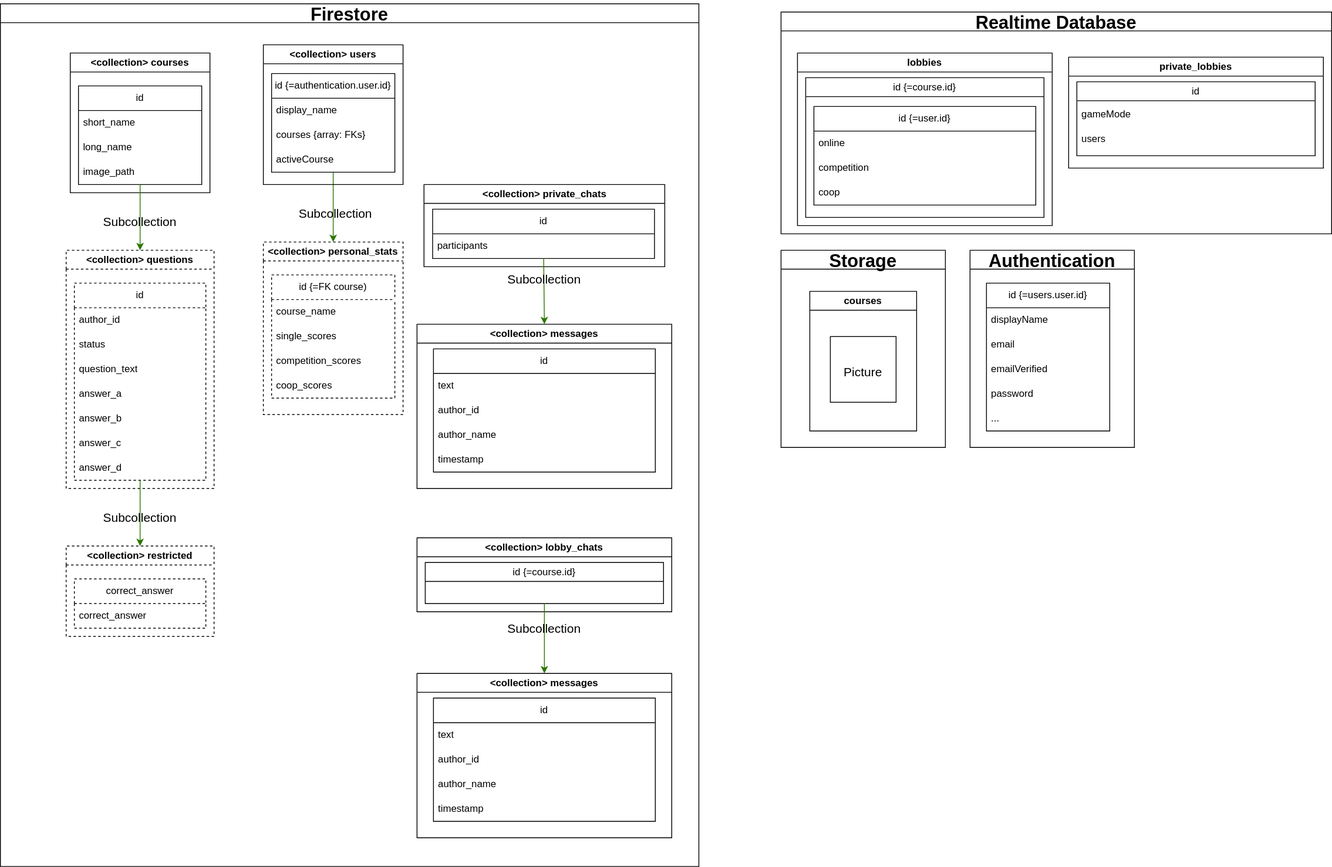
A-Gruber-IU/ISEF01-Quiz keeps this draw.io diagram as Docs/firestore_data.drawio.svg. Above is the earlier version. Source tidied: cells renumbered, new cells last; positions are measured from the earlier drawing's top-left corner, leaving out a move shared by most shapes.
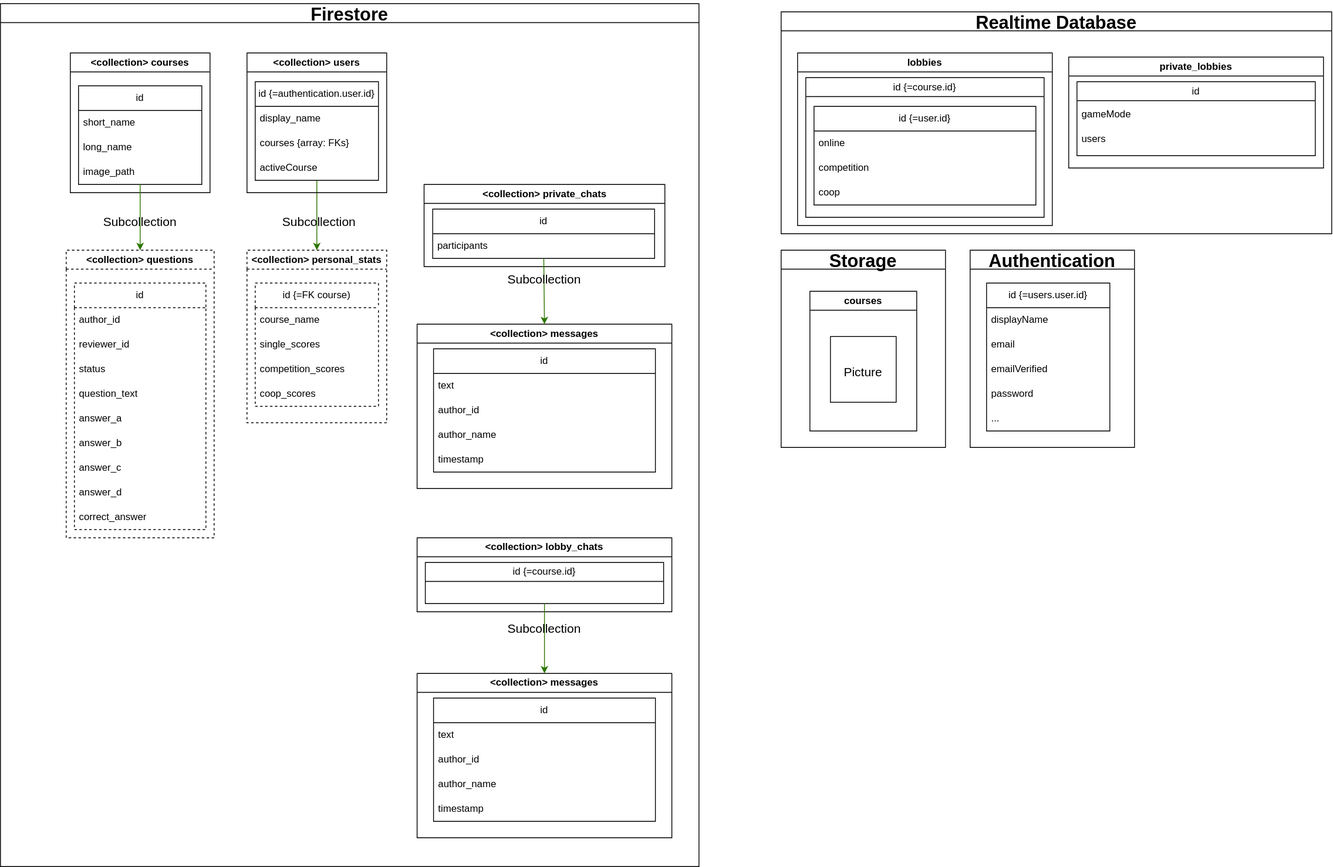
The same file after the commit.

The edit, as a diff of the source:
```diff
@@ -9,7 +9,7 @@
       <mxGeometry x="140" y="250" width="60" height="30" as="geometry" />
     </mxCell>
     <mxCell id="4" value="Subcollection" style="text;html=1;strokeColor=none;fillColor=none;align=center;verticalAlign=middle;whiteSpace=wrap;rounded=0;fontSize=15;" parent="2" vertex="1">
-      <mxGeometry x="377.5" y="240" width="60" height="30" as="geometry" />
+      <mxGeometry x="357.5" y="250" width="60" height="30" as="geometry" />
     </mxCell>
     <mxCell id="5" value="&amp;lt;collection&amp;gt; courses" style="swimlane;whiteSpace=wrap;html=1;" parent="2" vertex="1">
       <mxGeometry x="85" y="60" width="170" height="170" as="geometry" />
@@ -54,34 +54,40 @@
       <mxGeometry relative="1" as="geometry" />
     </mxCell>
     <mxCell id="19" value="&amp;lt;collection&amp;gt;&amp;nbsp;questions" style="swimlane;whiteSpace=wrap;html=1;dashed=1;" parent="2" vertex="1">
-      <mxGeometry x="80" y="300" width="180" height="290" as="geometry" />
+      <mxGeometry x="80" y="300" width="180" height="350" as="geometry" />
     </mxCell>
     <mxCell id="20" value="id" style="swimlane;fontStyle=0;horizontal=1;startSize=30;whiteSpace=wrap;html=1;dashed=1;" parent="19" vertex="1">
-      <mxGeometry x="10" y="40" width="160" height="240" as="geometry" />
+      <mxGeometry x="10" y="40" width="160" height="300" as="geometry" />
     </mxCell>
     <mxCell id="21" value="author_id" style="text;strokeColor=none;fillColor=none;align=left;verticalAlign=middle;spacingLeft=4;spacingRight=4;overflow=hidden;whiteSpace=wrap;html=1;" parent="20" vertex="1">
       <mxGeometry y="30" width="160" height="30" as="geometry" />
     </mxCell>
+    <mxCell id="79" value="reviewer_id" style="text;strokeColor=none;fillColor=none;align=left;verticalAlign=middle;spacingLeft=4;spacingRight=4;overflow=hidden;whiteSpace=wrap;html=1;" parent="20" vertex="1">
+      <mxGeometry y="60" width="160" height="30" as="geometry" />
+    </mxCell>
     <mxCell id="22" value="status" style="text;strokeColor=none;fillColor=none;align=left;verticalAlign=middle;spacingLeft=4;spacingRight=4;overflow=hidden;whiteSpace=wrap;html=1;" parent="20" vertex="1">
-      <mxGeometry y="60" width="160" height="30" as="geometry" />
+      <mxGeometry y="90" width="160" height="30" as="geometry" />
     </mxCell>
     <mxCell id="23" value="question_text" style="text;strokeColor=none;fillColor=none;align=left;verticalAlign=middle;spacingLeft=4;spacingRight=4;overflow=hidden;whiteSpace=wrap;html=1;" parent="20" vertex="1">
-      <mxGeometry y="90" width="160" height="30" as="geometry" />
+      <mxGeometry y="120" width="160" height="30" as="geometry" />
     </mxCell>
     <mxCell id="24" value="answer_a" style="text;strokeColor=none;fillColor=none;align=left;verticalAlign=middle;spacingLeft=4;spacingRight=4;overflow=hidden;whiteSpace=wrap;html=1;" parent="20" vertex="1">
-      <mxGeometry y="120" width="160" height="30" as="geometry" />
+      <mxGeometry y="150" width="160" height="30" as="geometry" />
     </mxCell>
     <mxCell id="25" value="answer_b" style="text;strokeColor=none;fillColor=none;align=left;verticalAlign=middle;spacingLeft=4;spacingRight=4;overflow=hidden;whiteSpace=wrap;html=1;" parent="20" vertex="1">
-      <mxGeometry y="150" width="160" height="30" as="geometry" />
+      <mxGeometry y="180" width="160" height="30" as="geometry" />
     </mxCell>
     <mxCell id="26" value="answer_c" style="text;strokeColor=none;fillColor=none;align=left;verticalAlign=middle;spacingLeft=4;spacingRight=4;overflow=hidden;whiteSpace=wrap;html=1;" parent="20" vertex="1">
-      <mxGeometry y="180" width="160" height="30" as="geometry" />
+      <mxGeometry y="210" width="160" height="30" as="geometry" />
     </mxCell>
     <mxCell id="27" value="answer_d" style="text;strokeColor=none;fillColor=none;align=left;verticalAlign=middle;spacingLeft=4;spacingRight=4;overflow=hidden;points=[[0,0.5],[1,0.5]];portConstraint=eastwest;whiteSpace=wrap;html=1;" parent="20" vertex="1">
-      <mxGeometry y="210" width="160" height="30" as="geometry" />
+      <mxGeometry y="240" width="160" height="30" as="geometry" />
     </mxCell>
+    <mxCell id="55" value="correct_answer" style="text;strokeColor=none;fillColor=none;align=left;verticalAlign=middle;spacingLeft=4;spacingRight=4;overflow=hidden;whiteSpace=wrap;html=1;" parent="20" vertex="1">
+      <mxGeometry y="270" width="160" height="30" as="geometry" />
+    </mxCell>
     <mxCell id="28" value="&amp;lt;collection&amp;gt;&amp;nbsp;personal_stats" style="swimlane;whiteSpace=wrap;html=1;startSize=23;dashed=1;" parent="2" vertex="1">
-      <mxGeometry x="320" y="290" width="170" height="210" as="geometry" />
+      <mxGeometry x="300" y="300" width="170" height="210" as="geometry" />
     </mxCell>
     <mxCell id="29" value="id {=FK course)" style="swimlane;fontStyle=0;horizontal=1;startSize=30;whiteSpace=wrap;html=1;dashed=1;" parent="28" vertex="1">
       <mxGeometry x="10" y="40" width="150" height="150" as="geometry" />
@@ -105,7 +111,7 @@
       <mxGeometry relative="1" as="geometry" />
     </mxCell>
     <mxCell id="36" value="&amp;lt;collection&amp;gt;&amp;nbsp;users" style="swimlane;whiteSpace=wrap;html=1;" parent="2" vertex="1">
-      <mxGeometry x="320" y="50" width="170" height="170" as="geometry" />
+      <mxGeometry x="300" y="60" width="170" height="170" as="geometry" />
     </mxCell>
     <mxCell id="37" value="id {=authentication.user.id}" style="swimlane;fontStyle=0;horizontal=1;startSize=30;whiteSpace=wrap;html=1;" parent="36" vertex="1">
       <mxGeometry x="10" y="35" width="150" height="120" as="geometry" />
@@ -155,21 +161,6 @@
     <mxCell id="52" value="Subcollection" style="text;html=1;strokeColor=none;fillColor=none;align=center;verticalAlign=middle;whiteSpace=wrap;rounded=0;fontSize=15;" parent="2" vertex="1">
       <mxGeometry x="632" y="320" width="60" height="30" as="geometry" />
     </mxCell>
-    <mxCell id="53" value="&amp;lt;collection&amp;gt;&amp;nbsp;restricted" style="swimlane;whiteSpace=wrap;html=1;dashed=1;" parent="2" vertex="1">
-      <mxGeometry x="80" y="660" width="180" height="110" as="geometry" />
-    </mxCell>
-    <mxCell id="54" value="correct_answer" style="swimlane;fontStyle=0;horizontal=1;startSize=30;whiteSpace=wrap;html=1;dashed=1;" parent="53" vertex="1">
-      <mxGeometry x="10" y="40" width="160" height="60" as="geometry" />
-    </mxCell>
-    <mxCell id="55" value="correct_answer" style="text;strokeColor=none;fillColor=none;align=left;verticalAlign=middle;spacingLeft=4;spacingRight=4;overflow=hidden;whiteSpace=wrap;html=1;" parent="54" vertex="1">
-      <mxGeometry y="30" width="160" height="30" as="geometry" />
-    </mxCell>
-    <mxCell id="56" value="Subcollection" style="text;html=1;strokeColor=none;fillColor=none;align=center;verticalAlign=middle;whiteSpace=wrap;rounded=0;fontSize=15;" parent="2" vertex="1">
-      <mxGeometry x="140" y="610" width="60" height="30" as="geometry" />
-    </mxCell>
-    <mxCell id="57" style="edgeStyle=none;html=1;fillColor=#60a917;strokeColor=#2D7600;entryX=0.5;entryY=0;entryDx=0;entryDy=0;" parent="2" edge="1" source="27" target="53">
-      <mxGeometry relative="1" as="geometry" />
-    </mxCell>
     <mxCell id="58" value="&lt;font style=&quot;font-size: 22px;&quot;&gt;Storage&lt;/font&gt;" style="swimlane;whiteSpace=wrap;html=1;fontSize=27;" parent="1" vertex="1">
       <mxGeometry x="950" y="300" width="200" height="240" as="geometry" />
     </mxCell>
```
